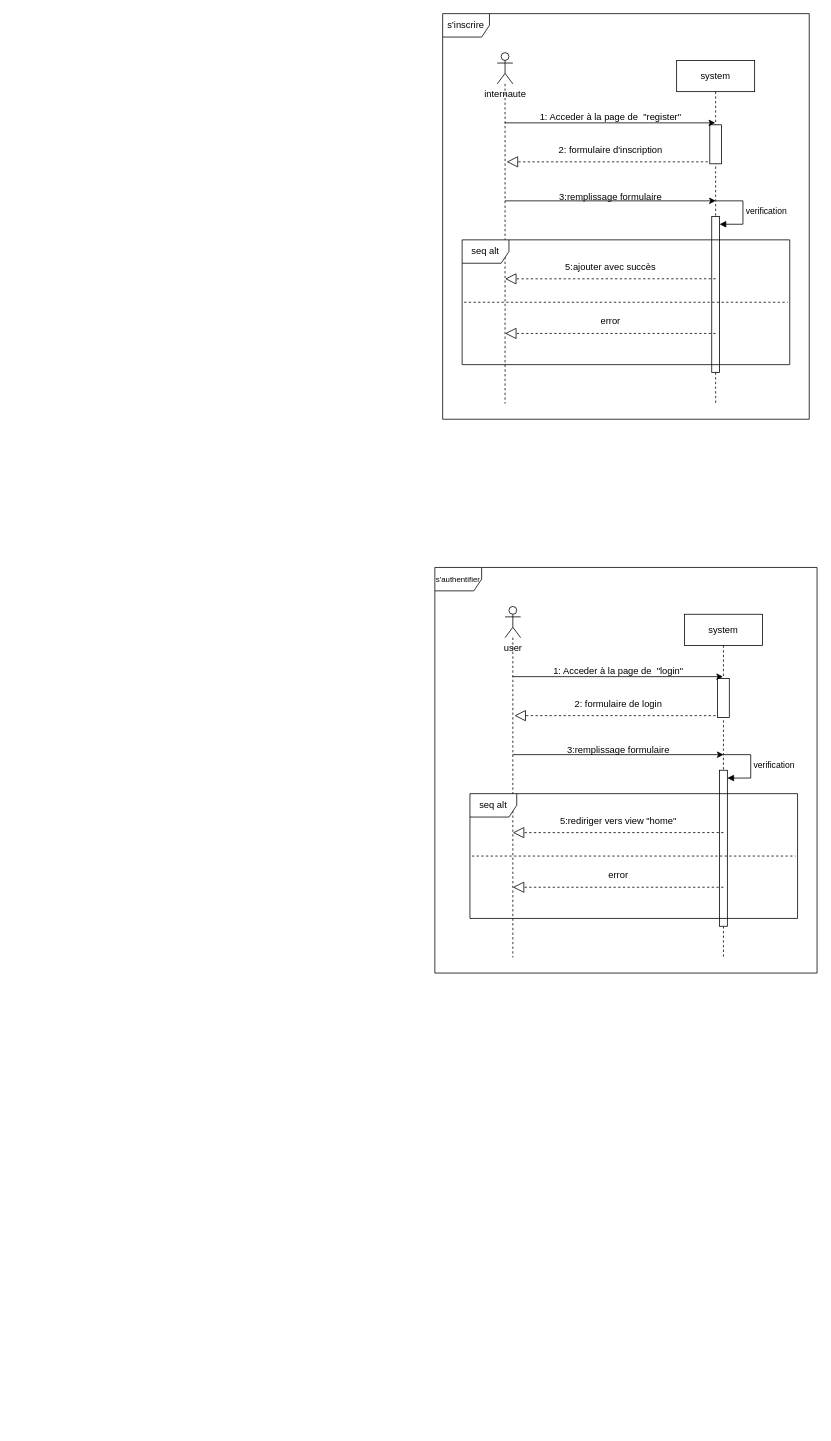
This is seq1.drawio from eya568/Blog, a draw.io file, before an edit. Source tidied: cells renumbered, new cells numbered last; positions are measured from the earlier drawing's top-left corner, leaving out a move shared by most shapes. Both pictures are drawn from the tidied source at 78%, with x=0, y=0 at pixel (434, 13).
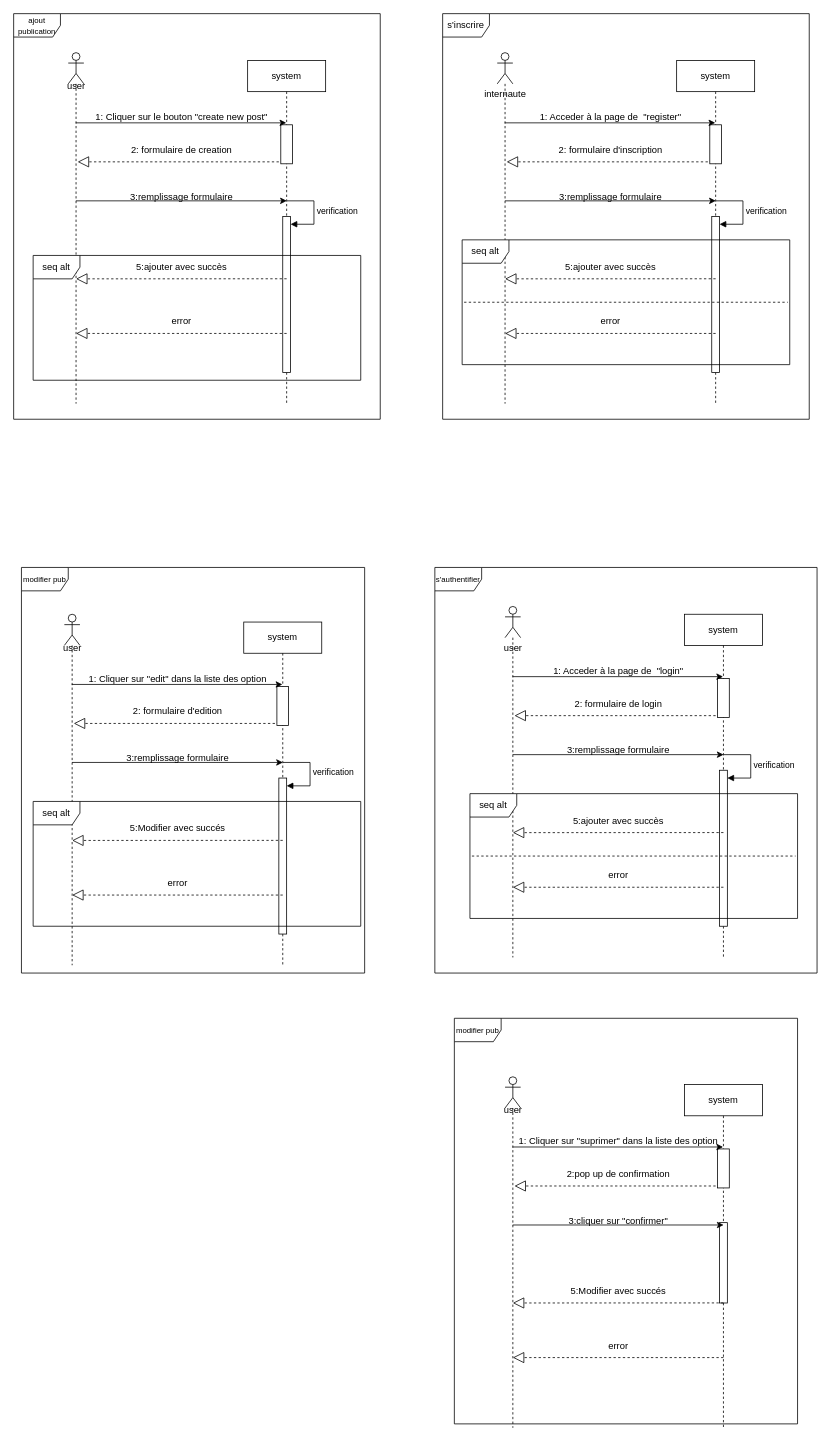
The same diagram, later.

Commit message (it also covers changes not shown here):
Mettre à jour seq1.drawio

What changed in the source:
```diff
@@
-    <mxCell id="36" value="5:rediriger vers view &quot;home&quot;" style="text;html=1;align=center;verticalAlign=middle;strokeColor=none;fillColor=none;" parent="1" vertex="1">
-      <mxGeometry x="150" y="1020" width="170" height="30" as="geometry" />
+    <mxCell id="36" value="5:ajouter avec succès" style="text;html=1;align=center;verticalAlign=middle;strokeColor=none;fillColor=none;" parent="1" vertex="1">
+      <mxGeometry x="165" y="1020" width="140" height="30" as="geometry" />
     </mxCell>
@@
+    <mxCell id="40" value="&lt;font style=&quot;font-size: 10px;&quot;&gt;ajout publication&lt;/font&gt;" style="shape=umlFrame;whiteSpace=wrap;html=1;" parent="1" vertex="1">
+      <mxGeometry x="-540" width="470" height="520" as="geometry" />
+    </mxCell>
+    <mxCell id="41" style="shape=umlLifeline;perimeter=lifelinePerimeter;whiteSpace=wrap;html=1;newEdgeStyle={&quot;curved&quot;:0,&quot;rounded&quot;:0};participant=umlActor;size=40;" parent="1" vertex="1">
+      <mxGeometry x="-470" y="50" width="20" height="450" as="geometry" />
+    </mxCell>
+    <mxCell id="42" value="user" style="text;html=1;align=center;verticalAlign=middle;strokeColor=none;fillColor=none;" parent="1" vertex="1">
+      <mxGeometry x="-485" y="78" width="50" height="30" as="geometry" />
+    </mxCell>
+    <mxCell id="43" value="system" style="shape=umlLifeline;perimeter=lifelinePerimeter;whiteSpace=wrap;html=1;outlineConnect=0;portConstraint=eastwest;newEdgeStyle={&quot;curved&quot;:0,&quot;rounded&quot;:0};" parent="1" vertex="1">
+      <mxGeometry x="-240" y="60" width="100" height="440" as="geometry" />
+    </mxCell>
+    <mxCell id="44" style="html=1;points=[[0,0,0,0,5],[0,1,0,0,-5],[1,0,0,0,5],[1,1,0,0,-5]];perimeter=orthogonalPerimeter;outlineConnect=0;targetShapes=umlLifeline;portConstraint=eastwest;newEdgeStyle={&quot;curved&quot;:0,&quot;rounded&quot;:0};" parent="43" vertex="1">
+      <mxGeometry x="45" y="200" width="10" height="200" as="geometry" />
+    </mxCell>
+    <mxCell id="45" value="verification" style="html=1;align=left;spacingLeft=2;endArrow=block;rounded=0;edgeStyle=orthogonalEdgeStyle;curved=0;rounded=0;" parent="43" edge="1" target="44">
+      <mxGeometry relative="1" as="geometry">
+        <mxPoint x="50" y="180" as="sourcePoint" />
+        <Array as="points">
+          <mxPoint x="85" y="210" />
+        </Array>
+      </mxGeometry>
+    </mxCell>
+    <mxCell id="46" style="whiteSpace=wrap;html=1;rotation=-90;" parent="1" vertex="1">
+      <mxGeometry x="-215" y="160" width="50" height="15" as="geometry" />
+    </mxCell>
+    <mxCell id="47" style="endArrow=classic;html=1;rounded=0;" parent="1" edge="1" target="43">
+      <mxGeometry relative="1" as="geometry">
+        <mxPoint x="-460.5" y="140" as="sourcePoint" />
+      </mxGeometry>
+    </mxCell>
+    <mxCell id="48" value="1: Cliquer sur le bouton &quot;create new post&quot;" style="text;html=1;align=center;verticalAlign=middle;strokeColor=none;fillColor=none;" parent="1" vertex="1">
+      <mxGeometry x="-445" y="118" width="240" height="30" as="geometry" />
+    </mxCell>
+    <mxCell id="49" style="endArrow=block;dashed=1;endFill=0;endSize=12;html=1;rounded=0;" parent="1" edge="1">
+      <mxGeometry relative="1" as="geometry">
+        <mxPoint x="-200" y="190" as="sourcePoint" />
+        <mxPoint x="-457.9" y="190" as="targetPoint" />
+      </mxGeometry>
+    </mxCell>
+    <mxCell id="50" value="2: formulaire de creation" style="text;html=1;align=center;verticalAlign=middle;strokeColor=none;fillColor=none;" parent="1" vertex="1">
+      <mxGeometry x="-400" y="160" width="150" height="30" as="geometry" />
+    </mxCell>
+    <mxCell id="51" style="endArrow=classic;html=1;rounded=0;" parent="1" edge="1">
+      <mxGeometry relative="1" as="geometry">
+        <mxPoint x="-460.2" y="240" as="sourcePoint" />
+        <mxPoint x="-189.8" y="240" as="targetPoint" />
+      </mxGeometry>
+    </mxCell>
+    <mxCell id="52" value="3:remplissage formulaire" style="text;html=1;align=center;verticalAlign=middle;strokeColor=none;fillColor=none;" parent="1" vertex="1">
+      <mxGeometry x="-400" y="220" width="150" height="30" as="geometry" />
+    </mxCell>
+    <mxCell id="53" style="endArrow=block;dashed=1;endFill=0;endSize=12;html=1;rounded=0;exitX=0.5;exitY=0.458;exitDx=0;exitDy=0;exitPerimeter=0;" parent="1" edge="1">
+      <mxGeometry relative="1" as="geometry">
+        <mxPoint x="-190" y="339.9" as="sourcePoint" />
+        <mxPoint x="-460" y="340" as="targetPoint" />
+      </mxGeometry>
+    </mxCell>
+    <mxCell id="54" value="5:ajouter avec succès" style="text;html=1;align=center;verticalAlign=middle;strokeColor=none;fillColor=none;" parent="1" vertex="1">
+      <mxGeometry x="-395" y="310" width="140" height="30" as="geometry" />
+    </mxCell>
+    <mxCell id="55" style="endArrow=block;dashed=1;endFill=0;endSize=12;html=1;rounded=0;exitX=0.5;exitY=0.458;exitDx=0;exitDy=0;exitPerimeter=0;" parent="1" edge="1">
+      <mxGeometry relative="1" as="geometry">
+        <mxPoint x="-190" y="410" as="sourcePoint" />
+        <mxPoint x="-460" y="410" as="targetPoint" />
+      </mxGeometry>
+    </mxCell>
+    <mxCell id="56" value="error" style="text;html=1;align=center;verticalAlign=middle;strokeColor=none;fillColor=none;" parent="1" vertex="1">
+      <mxGeometry x="-350" y="380" width="50" height="30" as="geometry" />
+    </mxCell>
+    <mxCell id="57" value="&lt;span style=&quot;font-size: 10px;&quot;&gt;modifier pub&lt;/span&gt;" style="shape=umlFrame;whiteSpace=wrap;html=1;" parent="1" vertex="1">
+      <mxGeometry x="-530" y="710" width="440" height="520" as="geometry" />
+    </mxCell>
+    <mxCell id="58" style="shape=umlLifeline;perimeter=lifelinePerimeter;whiteSpace=wrap;html=1;newEdgeStyle={&quot;curved&quot;:0,&quot;rounded&quot;:0};participant=umlActor;size=40;" parent="1" vertex="1">
+      <mxGeometry x="-475" y="770" width="20" height="450" as="geometry" />
+    </mxCell>
+    <mxCell id="59" value="user" style="text;html=1;align=center;verticalAlign=middle;strokeColor=none;fillColor=none;" parent="1" vertex="1">
+      <mxGeometry x="-490" y="798" width="50" height="30" as="geometry" />
+    </mxCell>
+    <mxCell id="60" value="system" style="shape=umlLifeline;perimeter=lifelinePerimeter;whiteSpace=wrap;html=1;outlineConnect=0;portConstraint=eastwest;newEdgeStyle={&quot;curved&quot;:0,&quot;rounded&quot;:0};" parent="1" vertex="1">
+      <mxGeometry x="-245" y="780" width="100" height="440" as="geometry" />
+    </mxCell>
+    <mxCell id="61" style="html=1;points=[[0,0,0,0,5],[0,1,0,0,-5],[1,0,0,0,5],[1,1,0,0,-5]];perimeter=orthogonalPerimeter;outlineConnect=0;targetShapes=umlLifeline;portConstraint=eastwest;newEdgeStyle={&quot;curved&quot;:0,&quot;rounded&quot;:0};" parent="60" vertex="1">
+      <mxGeometry x="45" y="200" width="10" height="200" as="geometry" />
+    </mxCell>
+    <mxCell id="62" value="verification" style="html=1;align=left;spacingLeft=2;endArrow=block;rounded=0;edgeStyle=orthogonalEdgeStyle;curved=0;rounded=0;" parent="60" edge="1" target="61">
+      <mxGeometry relative="1" as="geometry">
+        <mxPoint x="50" y="180" as="sourcePoint" />
+        <Array as="points">
+          <mxPoint x="85" y="210" />
+        </Array>
+      </mxGeometry>
+    </mxCell>
+    <mxCell id="63" style="whiteSpace=wrap;html=1;rotation=-90;" parent="1" vertex="1">
+      <mxGeometry x="-220" y="880" width="50" height="15" as="geometry" />
+    </mxCell>
+    <mxCell id="64" style="endArrow=classic;html=1;rounded=0;" parent="1" edge="1" target="60">
+      <mxGeometry relative="1" as="geometry">
+        <mxPoint x="-465.5" y="860" as="sourcePoint" />
+      </mxGeometry>
+    </mxCell>
+    <mxCell id="65" value="1: Cliquer sur &quot;edit&quot; dans la liste des option" style="text;html=1;align=center;verticalAlign=middle;strokeColor=none;fillColor=none;" parent="1" vertex="1">
+      <mxGeometry x="-455" y="838" width="250" height="30" as="geometry" />
+    </mxCell>
+    <mxCell id="66" style="endArrow=block;dashed=1;endFill=0;endSize=12;html=1;rounded=0;" parent="1" edge="1">
+      <mxGeometry relative="1" as="geometry">
+        <mxPoint x="-205" y="910" as="sourcePoint" />
+        <mxPoint x="-462.9" y="910" as="targetPoint" />
+      </mxGeometry>
+    </mxCell>
+    <mxCell id="67" value="2: formulaire d'edition" style="text;html=1;align=center;verticalAlign=middle;strokeColor=none;fillColor=none;" parent="1" vertex="1">
+      <mxGeometry x="-400" y="880" width="140" height="30" as="geometry" />
+    </mxCell>
+    <mxCell id="68" style="endArrow=classic;html=1;rounded=0;" parent="1" edge="1">
+      <mxGeometry relative="1" as="geometry">
+        <mxPoint x="-465.2" y="960" as="sourcePoint" />
+        <mxPoint x="-194.8" y="960" as="targetPoint" />
+      </mxGeometry>
+    </mxCell>
+    <mxCell id="69" value="3:remplissage formulaire" style="text;html=1;align=center;verticalAlign=middle;strokeColor=none;fillColor=none;" parent="1" vertex="1">
+      <mxGeometry x="-405" y="940" width="150" height="30" as="geometry" />
+    </mxCell>
+    <mxCell id="70" style="endArrow=block;dashed=1;endFill=0;endSize=12;html=1;rounded=0;exitX=0.5;exitY=0.458;exitDx=0;exitDy=0;exitPerimeter=0;" parent="1" edge="1">
+      <mxGeometry relative="1" as="geometry">
+        <mxPoint x="-195" y="1059.9" as="sourcePoint" />
+        <mxPoint x="-465" y="1060" as="targetPoint" />
+      </mxGeometry>
+    </mxCell>
+    <mxCell id="71" value="5:Modifier avec succés" style="text;html=1;align=center;verticalAlign=middle;strokeColor=none;fillColor=none;" parent="1" vertex="1">
+      <mxGeometry x="-405" y="1030" width="150" height="30" as="geometry" />
+    </mxCell>
+    <mxCell id="72" style="endArrow=block;dashed=1;endFill=0;endSize=12;html=1;rounded=0;exitX=0.5;exitY=0.458;exitDx=0;exitDy=0;exitPerimeter=0;" parent="1" edge="1">
+      <mxGeometry relative="1" as="geometry">
+        <mxPoint x="-195" y="1130" as="sourcePoint" />
+        <mxPoint x="-465" y="1130" as="targetPoint" />
+      </mxGeometry>
+    </mxCell>
+    <mxCell id="73" value="error" style="text;html=1;align=center;verticalAlign=middle;strokeColor=none;fillColor=none;" parent="1" vertex="1">
+      <mxGeometry x="-355" y="1100" width="50" height="30" as="geometry" />
+    </mxCell>
+    <mxCell id="74" value="&lt;span style=&quot;font-size: 10px;&quot;&gt;modifier pub&lt;/span&gt;" style="shape=umlFrame;whiteSpace=wrap;html=1;" parent="1" vertex="1">
+      <mxGeometry x="25" y="1288" width="440" height="520" as="geometry" />
+    </mxCell>
+    <mxCell id="75" style="shape=umlLifeline;perimeter=lifelinePerimeter;whiteSpace=wrap;html=1;newEdgeStyle={&quot;curved&quot;:0,&quot;rounded&quot;:0};participant=umlActor;size=40;" parent="1" vertex="1">
+      <mxGeometry x="90" y="1363" width="20" height="450" as="geometry" />
+    </mxCell>
+    <mxCell id="76" value="user" style="text;html=1;align=center;verticalAlign=middle;strokeColor=none;fillColor=none;" parent="1" vertex="1">
+      <mxGeometry x="75" y="1391" width="50" height="30" as="geometry" />
+    </mxCell>
+    <mxCell id="77" value="system" style="shape=umlLifeline;perimeter=lifelinePerimeter;whiteSpace=wrap;html=1;outlineConnect=0;portConstraint=eastwest;newEdgeStyle={&quot;curved&quot;:0,&quot;rounded&quot;:0};" parent="1" vertex="1">
+      <mxGeometry x="320" y="1373" width="100" height="440" as="geometry" />
+    </mxCell>
+    <mxCell id="78" style="html=1;perimeter=orthogonalPerimeter;targetShapes=umlLifeline;newEdgeStyle={&quot;curved&quot;:0,&quot;rounded&quot;:0};" parent="77" vertex="1">
+      <mxGeometry x="45" y="177" width="10" height="103" as="geometry" />
+    </mxCell>
+    <mxCell id="79" style="whiteSpace=wrap;html=1;rotation=-90;" parent="1" vertex="1">
+      <mxGeometry x="345" y="1473" width="50" height="15" as="geometry" />
+    </mxCell>
+    <mxCell id="80" style="endArrow=classic;html=1;rounded=0;" parent="1" edge="1" target="77">
+      <mxGeometry relative="1" as="geometry">
+        <mxPoint x="99.5" y="1453" as="sourcePoint" />
+      </mxGeometry>
+    </mxCell>
+    <mxCell id="81" value="1: Cliquer sur &quot;suprimer&quot; dans la liste des option" style="text;html=1;align=center;verticalAlign=middle;strokeColor=none;fillColor=none;" parent="1" vertex="1">
+      <mxGeometry x="95" y="1431" width="280" height="30" as="geometry" />
+    </mxCell>
+    <mxCell id="82" style="endArrow=block;dashed=1;endFill=0;endSize=12;html=1;rounded=0;" parent="1" edge="1">
+      <mxGeometry relative="1" as="geometry">
+        <mxPoint x="360" y="1503" as="sourcePoint" />
+        <mxPoint x="102.1" y="1503" as="targetPoint" />
+      </mxGeometry>
+    </mxCell>
+    <mxCell id="83" value="2:pop up de confirmation" style="text;html=1;align=center;verticalAlign=middle;strokeColor=none;fillColor=none;" parent="1" vertex="1">
+      <mxGeometry x="155" y="1473" width="160" height="30" as="geometry" />
+    </mxCell>
+    <mxCell id="84" style="endArrow=classic;html=1;rounded=0;" parent="1" edge="1">
+      <mxGeometry relative="1" as="geometry">
+        <mxPoint x="99.8" y="1553" as="sourcePoint" />
+        <mxPoint x="370.2" y="1553" as="targetPoint" />
+      </mxGeometry>
+    </mxCell>
+    <mxCell id="85" value="3:cliquer sur &quot;confirmer&quot;" style="text;html=1;align=center;verticalAlign=middle;strokeColor=none;fillColor=none;" parent="1" vertex="1">
+      <mxGeometry x="160" y="1533" width="150" height="30" as="geometry" />
+    </mxCell>
+    <mxCell id="86" style="endArrow=block;dashed=1;endFill=0;endSize=12;html=1;rounded=0;exitX=0.5;exitY=0.458;exitDx=0;exitDy=0;exitPerimeter=0;" parent="1" edge="1">
+      <mxGeometry relative="1" as="geometry">
+        <mxPoint x="370" y="1652.9" as="sourcePoint" />
+        <mxPoint x="100" y="1653" as="targetPoint" />
+      </mxGeometry>
+    </mxCell>
+    <mxCell id="87" value="5:Modifier avec succés" style="text;html=1;align=center;verticalAlign=middle;strokeColor=none;fillColor=none;" parent="1" vertex="1">
+      <mxGeometry x="160" y="1623" width="150" height="30" as="geometry" />
+    </mxCell>
+    <mxCell id="88" style="endArrow=block;dashed=1;endFill=0;endSize=12;html=1;rounded=0;exitX=0.5;exitY=0.458;exitDx=0;exitDy=0;exitPerimeter=0;" parent="1" edge="1">
+      <mxGeometry relative="1" as="geometry">
+        <mxPoint x="370" y="1723" as="sourcePoint" />
+        <mxPoint x="100" y="1723" as="targetPoint" />
+      </mxGeometry>
+    </mxCell>
+    <mxCell id="89" value="error" style="text;html=1;align=center;verticalAlign=middle;strokeColor=none;fillColor=none;" parent="1" vertex="1">
+      <mxGeometry x="210" y="1693" width="50" height="30" as="geometry" />
+    </mxCell>
+    <mxCell id="90" value="seq alt" style="shape=umlFrame;whiteSpace=wrap;html=1;" parent="1" vertex="1">
+      <mxGeometry x="-515" y="1010" width="420" height="160" as="geometry" />
+    </mxCell>
+    <mxCell id="91" value="seq alt" style="shape=umlFrame;whiteSpace=wrap;html=1;" parent="1" vertex="1">
+      <mxGeometry x="-515" y="310" width="420" height="160" as="geometry" />
+    </mxCell>
```
